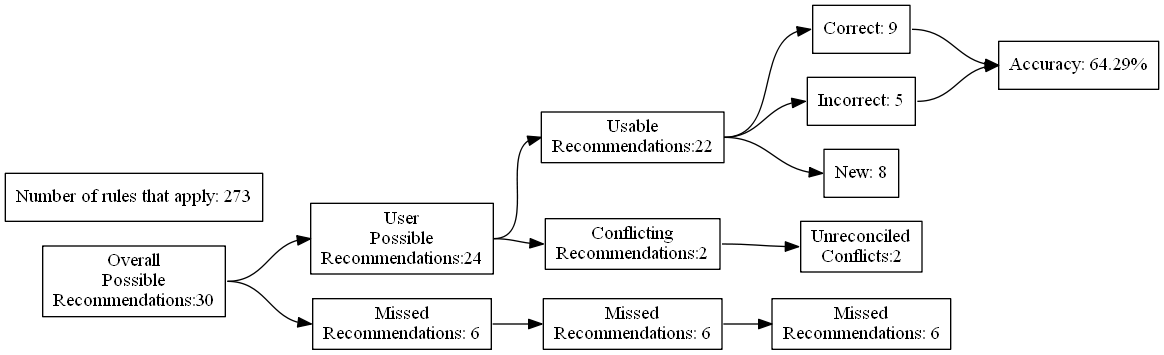
The Graphviz diagram test_renders/32.gv.png in ZaxR/ibd_diet_analysis, before a commit. Its source is kept beside it as test_renders/32.gv. Its diagram source:
```dot
digraph {
	graph [rankdir=LR]
	node [pos=r shape=box]
	edge [headport=w tailport=e]
		A [label="Overall
Possible
Recommendations:30"]
		B [label="User
Possible
Recommendations:24"]
		C [label="Missed
Recommendations: 6"]
		D [label="Usable
Recommendations:22"]
		E [label="Conflicting
Recommendations:2"]
		J [label="Missed
Recommendations: 6"]
		M [label="Unreconciled
Conflicts:2"]
		F [label="Correct: 9"]
		G [label="Incorrect: 5"]
		H [label="New: 8"]
		K [label="Missed
Recommendations: 6"]
		I [label="Accuracy: 64.29%"]
		l [label="Number of rules that apply: 273"]
			A -> B
			A -> C
			B -> D
			B -> E
			D -> F
			D -> G
			D -> H
			F -> I
			G -> I
			C -> J
			J -> K
			E -> M
}
```
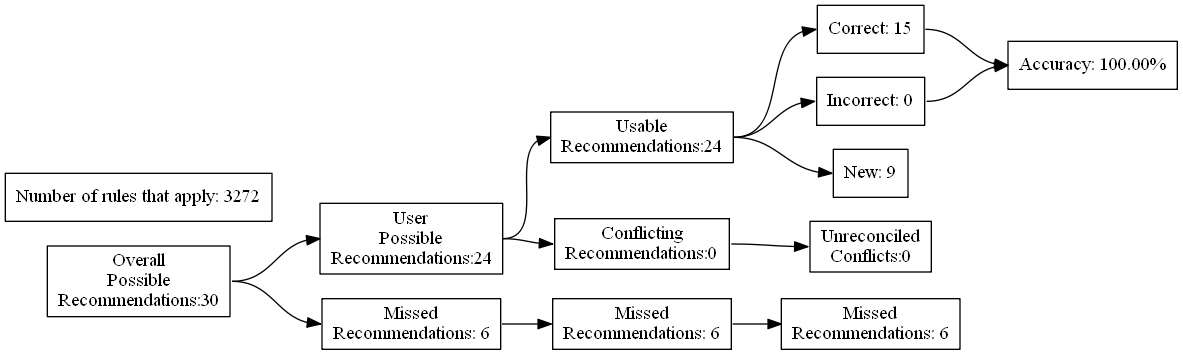
After the change.

Diff of the diagram source:
```diff
@@ -11,20 +11,20 @@
 		C [label="Missed
 Recommendations: 6"]
 		D [label="Usable
-Recommendations:22"]
+Recommendations:24"]
 		E [label="Conflicting
-Recommendations:2"]
+Recommendations:0"]
 		J [label="Missed
 Recommendations: 6"]
 		M [label="Unreconciled
-Conflicts:2"]
-		F [label="Correct: 9"]
-		G [label="Incorrect: 5"]
-		H [label="New: 8"]
+Conflicts:0"]
+		F [label="Correct: 15"]
+		G [label="Incorrect: 0"]
+		H [label="New: 9"]
 		K [label="Missed
 Recommendations: 6"]
-		I [label="Accuracy: 64.29%"]
-		l [label="Number of rules that apply: 273"]
+		I [label="Accuracy: 100.00%"]
+		l [label="Number of rules that apply: 3272"]
 			A -> B
 			A -> C
 			B -> D
```
